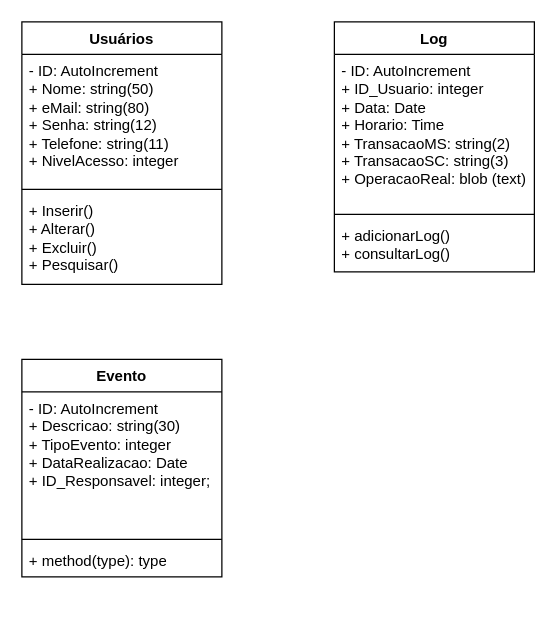
DouglasRibeiro23/Certificados keeps this draw.io diagram as DiagramaClasses.drawio. Above is the earlier version. Source tidied: cells renumbered, new cells numbered last; positions are measured from the earlier drawing's top-left corner, leaving out a move shared by most shapes. Both pictures are drawn from the tidied source at 125%, with x=0, y=0 at pixel (21, 21).
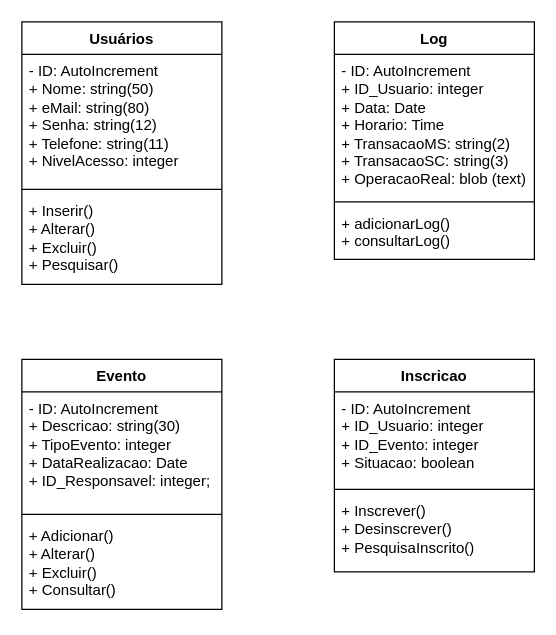
The same diagram, later.

What changed in the source:
```diff
@@
 <mxGraphModel>
   <root>
     <mxCell id="0" />
     <mxCell id="1" parent="0" />
     <mxCell id="2" value="Usuários" style="swimlane;fontStyle=1;align=center;verticalAlign=top;horizontal=1;startSize=26;whiteSpace=wrap;html=1;" parent="1" vertex="1">
       <mxGeometry width="160" height="210" as="geometry" />
     </mxCell>
     <mxCell id="3" value="- ID: AutoIncrement&lt;br&gt;+ Nome: string(50)&lt;br&gt;+ eMail: string(80)&lt;br&gt;+ Senha: string(12)&lt;br&gt;+ Telefone: string(11)&lt;br&gt;+ NivelAcesso: integer" style="text;strokeColor=none;fillColor=none;align=left;verticalAlign=top;spacingLeft=4;spacingRight=4;overflow=hidden;whiteSpace=wrap;html=1;" parent="2" vertex="1">
       <mxGeometry y="26" width="160" height="104" as="geometry" />
     </mxCell>
     <mxCell id="4" style="line;strokeWidth=1;fillColor=none;align=left;verticalAlign=middle;spacingTop=-1;spacingLeft=3;spacingRight=3;labelPosition=right;strokeColor=inherit;" parent="2" vertex="1">
       <mxGeometry y="130" width="160" height="8" as="geometry" />
     </mxCell>
     <mxCell id="5" value="+ Inserir()&lt;br&gt;+ Alterar()&lt;br&gt;+ Excluir()&lt;br&gt;+ Pesquisar()" style="text;strokeColor=none;fillColor=none;align=left;verticalAlign=top;spacingLeft=4;spacingRight=4;overflow=hidden;whiteSpace=wrap;html=1;" parent="2" vertex="1">
       <mxGeometry y="138" width="160" height="72" as="geometry" />
     </mxCell>
     <mxCell id="6" value="Log" style="swimlane;fontStyle=1;align=center;verticalAlign=top;horizontal=1;startSize=26;whiteSpace=wrap;html=1;" parent="1" vertex="1">
-      <mxGeometry x="250" width="160" height="200" as="geometry" />
+      <mxGeometry x="250" width="160" height="190" as="geometry" />
     </mxCell>
     <mxCell id="7" value="- ID: AutoIncrement&lt;br&gt;+ ID_Usuario: integer&lt;br&gt;+ Data: Date&lt;br&gt;+ Horario: Time&lt;br&gt;+ TransacaoMS: string(2)&lt;br&gt;+ TransacaoSC: string(3)&lt;br&gt;+ OperacaoReal: blob (text)" style="text;strokeColor=none;fillColor=none;align=left;verticalAlign=top;spacingLeft=4;spacingRight=4;overflow=hidden;whiteSpace=wrap;html=1;" parent="6" vertex="1">
-      <mxGeometry y="26" width="160" height="124" as="geometry" />
+      <mxGeometry y="26" width="160" height="114" as="geometry" />
     </mxCell>
     <mxCell id="8" style="line;strokeWidth=1;fillColor=none;align=left;verticalAlign=middle;spacingTop=-1;spacingLeft=3;spacingRight=3;labelPosition=right;strokeColor=inherit;" parent="6" vertex="1">
-      <mxGeometry y="150" width="160" height="8" as="geometry" />
+      <mxGeometry y="140" width="160" height="8" as="geometry" />
     </mxCell>
     <mxCell id="9" value="+ adicionarLog()&lt;br&gt;+ consultarLog()" style="text;strokeColor=none;fillColor=none;align=left;verticalAlign=top;spacingLeft=4;spacingRight=4;overflow=hidden;whiteSpace=wrap;html=1;" parent="6" vertex="1">
-      <mxGeometry y="158" width="160" height="42" as="geometry" />
+      <mxGeometry y="148" width="160" height="42" as="geometry" />
     </mxCell>
     <mxCell id="10" value="Evento" style="swimlane;fontStyle=1;align=center;verticalAlign=top;horizontal=1;startSize=26;whiteSpace=wrap;html=1;" parent="1" vertex="1">
-      <mxGeometry y="270" width="160" height="174" as="geometry" />
+      <mxGeometry y="270" width="160" height="200" as="geometry" />
     </mxCell>
     <mxCell id="11" value="- ID: AutoIncrement&lt;br&gt;+ Descricao: string(30)&lt;br&gt;+ TipoEvento: integer&lt;br&gt;+ DataRealizacao: Date&lt;br&gt;+ ID_Responsavel: integer;" style="text;strokeColor=none;fillColor=none;align=left;verticalAlign=top;spacingLeft=4;spacingRight=4;overflow=hidden;whiteSpace=wrap;html=1;" parent="10" vertex="1">
-      <mxGeometry y="26" width="160" height="114" as="geometry" />
+      <mxGeometry y="26" width="160" height="94" as="geometry" />
     </mxCell>
     <mxCell id="12" style="line;strokeWidth=1;fillColor=none;align=left;verticalAlign=middle;spacingTop=-1;spacingLeft=3;spacingRight=3;labelPosition=right;strokeColor=inherit;" parent="10" vertex="1">
-      <mxGeometry y="140" width="160" height="8" as="geometry" />
+      <mxGeometry y="120" width="160" height="8" as="geometry" />
     </mxCell>
-    <mxCell id="13" value="+ method(type): type" style="text;strokeColor=none;fillColor=none;align=left;verticalAlign=top;spacingLeft=4;spacingRight=4;overflow=hidden;whiteSpace=wrap;html=1;" parent="10" vertex="1">
-      <mxGeometry y="148" width="160" height="26" as="geometry" />
+    <mxCell id="13" value="+ Adicionar()&lt;br&gt;+ Alterar()&lt;br&gt;+ Excluir()&lt;br&gt;+ Consultar()" style="text;strokeColor=none;fillColor=none;align=left;verticalAlign=top;spacingLeft=4;spacingRight=4;overflow=hidden;whiteSpace=wrap;html=1;" parent="10" vertex="1">
+      <mxGeometry y="128" width="160" height="72" as="geometry" />
     </mxCell>
+    <mxCell id="14" value="Inscricao" style="swimlane;fontStyle=1;align=center;verticalAlign=top;horizontal=1;startSize=26;whiteSpace=wrap;html=1;" parent="1" vertex="1">
+      <mxGeometry x="250" y="270" width="160" height="170" as="geometry" />
+    </mxCell>
+    <mxCell id="15" value="- ID: AutoIncrement&lt;br&gt;+ ID_Usuario: integer&lt;br&gt;+ ID_Evento: integer&lt;br&gt;+ Situacao: boolean&lt;br&gt;" style="text;strokeColor=none;fillColor=none;align=left;verticalAlign=top;spacingLeft=4;spacingRight=4;overflow=hidden;whiteSpace=wrap;html=1;" parent="14" vertex="1">
+      <mxGeometry y="26" width="160" height="74" as="geometry" />
+    </mxCell>
+    <mxCell id="16" style="line;strokeWidth=1;fillColor=none;align=left;verticalAlign=middle;spacingTop=-1;spacingLeft=3;spacingRight=3;labelPosition=right;strokeColor=inherit;" parent="14" vertex="1">
+      <mxGeometry y="100" width="160" height="8" as="geometry" />
+    </mxCell>
+    <mxCell id="17" value="+ Inscrever()&lt;br&gt;+ Desinscrever()&lt;br&gt;+ PesquisaInscrito()" style="text;strokeColor=none;fillColor=none;align=left;verticalAlign=top;spacingLeft=4;spacingRight=4;overflow=hidden;whiteSpace=wrap;html=1;" parent="14" vertex="1">
+      <mxGeometry y="108" width="160" height="62" as="geometry" />
+    </mxCell>
   </root>
 </mxGraphModel>
```
